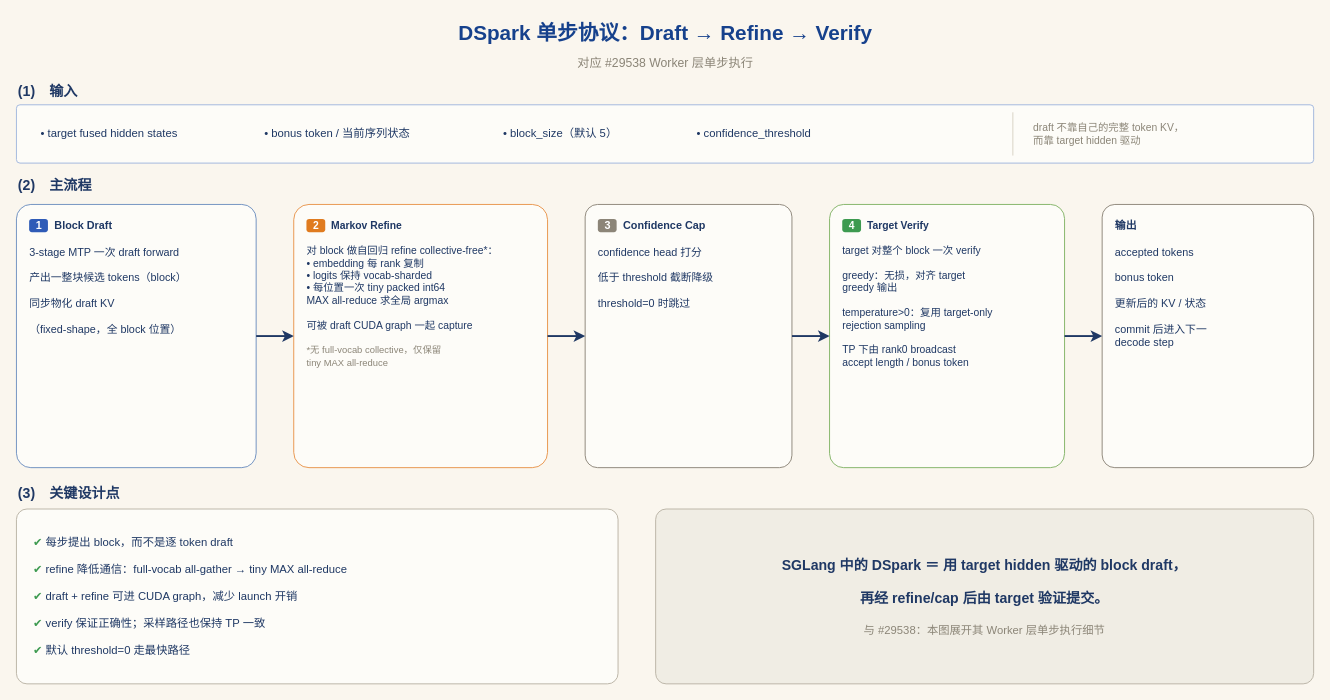
This is artifacts/dspark-single-step-protocol.drawio from learning-sketch/drawio-skill, a draw.io file, before an edit. Source tidied: cells renumbered, new cells numbered last; positions are measured from the earlier drawing's top-left corner, leaving out a move shared by most shapes. Both pictures are drawn from the tidied source at 94%, with x=0, y=0 at pixel (16, 16).
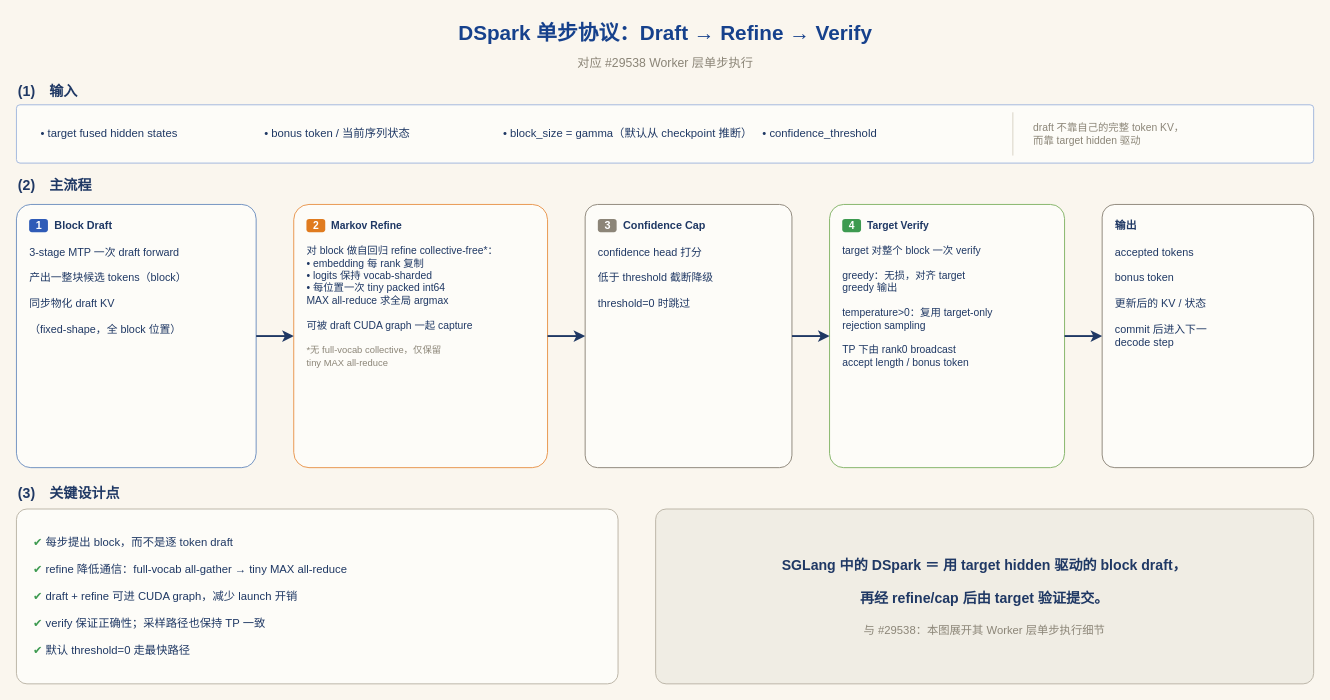
After the change.

Unchanged cells that the change refers to:
```xml
<mxCell id="5" style="rounded=1;arcSize=6;whiteSpace=wrap;html=1;fillColor=#fdfcf8;strokeColor=#9fb6dd;" parent="1" vertex="1">
  <mxGeometry y="94" width="1380" height="62" as="geometry" />
</mxCell>
```

Change to the diagram source:
```diff
@@
-    <mxCell id="8" value="•  block_size（默认 5）" style="text;html=1;align=left;verticalAlign=middle;fontSize=12;fontColor=#1f3864;" parent="5" vertex="1">
-      <mxGeometry x="516" y="16" width="190" height="30" as="geometry" />
+    <mxCell id="8" value="•  block_size = gamma（默认从 checkpoint 推断）" style="text;html=1;align=left;verticalAlign=middle;fontSize=12;fontColor=#1f3864;" parent="5" vertex="1">
+      <mxGeometry x="516" y="16" width="260" height="30" as="geometry" />
     </mxCell>
     <mxCell id="9" value="•  confidence_threshold" style="text;html=1;align=left;verticalAlign=middle;fontSize=12;fontColor=#1f3864;" parent="5" vertex="1">
-      <mxGeometry x="722" y="16" width="200" height="30" as="geometry" />
+      <mxGeometry x="792" y="16" width="200" height="30" as="geometry" />
     </mxCell>
```
